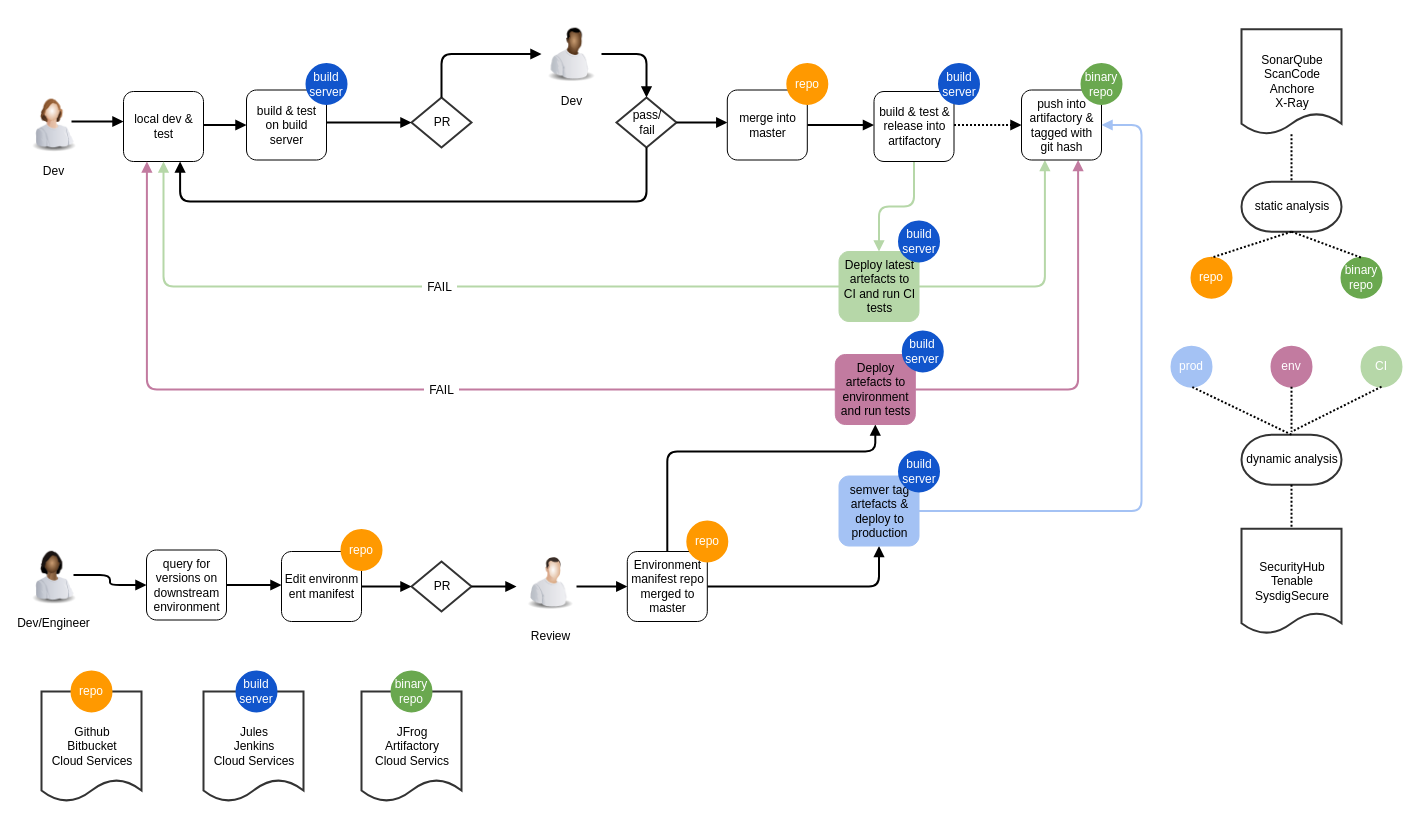
This is SDLC.drawio from mjdilworth/sdlc, a draw.io file, before an edit. Source tidied: cells renumbered, new cells numbered last; positions are measured from the earlier drawing's top-left corner, leaving out a move shared by most shapes. Both pictures are drawn from the tidied source at 100%, with x=0, y=0 at pixel (23, 17).
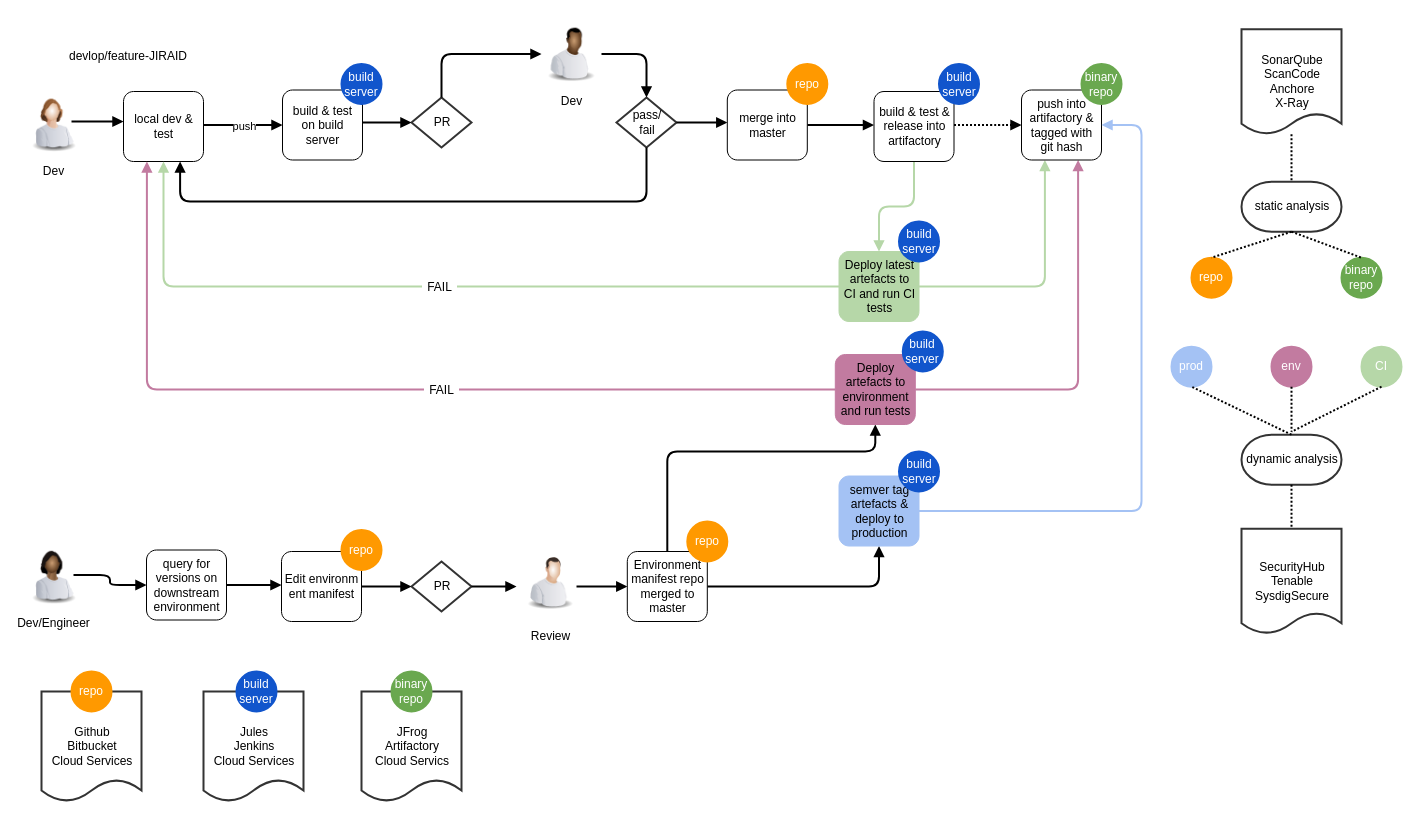
The same page after the edit.

Unchanged cells that the change refers to:
```xml
<mxCell id="13" style="shape=filledEdge;strokeWidth=2;strokeColor=#000000;fillColor=none;startArrow=none;startFill=0;startSize=6;endArrow=block;endFill=1;endSize=6;rounded=1;gliffyId=191;edgeStyle=orthogonalEdgeStyle;" parent="1" edge="1" source="5" target="34">
  <mxGeometry relative="1" as="geometry">
    <Array as="points">
      <mxPoint x="180" y="107.5" />
      <mxPoint x="194.3" y="107.5" />
      <mxPoint x="208.7" y="107.5" />
      <mxPoint x="223" y="107.5" />
    </Array>
  </mxGeometry>
</mxCell>
<mxCell id="33" style="group;gliffyId=408;" parent="1" vertex="1">
  <mxGeometry x="223" y="46.5" width="100" height="96" as="geometry" />
</mxCell>
```

The edit, as a diff of the source:
```diff
@@
+    <mxCell id="82" value="push" style="edgeLabel;html=1;align=center;verticalAlign=middle;" parent="13" vertex="1">
+      <mxGeometry x="0.02" y="-1" relative="1" as="geometry" />
+    </mxCell>
@@
     <mxCell id="34" value="&lt;div style='width: 74.333336px;height:auto;word-break: break-word;'&gt;&lt;div align=&quot;center&quot;&gt;&lt;span style=&quot;font-family:Arial;text-decoration:none;font-size:12px; line-height: 0;&quot;&gt;&lt;span style=&quot;text-decoration:none; line-height: normal;&quot;&gt;build &amp;amp; test on build server&lt;br /&gt;&lt;/span&gt;&lt;/span&gt;&lt;/div&gt;&lt;/div&gt;" style="shape=mxgraph.bpmn.task;rectStyle=rounded;size=10;taskMarker=abstract;points=[[0.25,0,0],[0.5,0,0],[0.75,0,0],[1,0.25,0],[1,0.5,0],[1,0.75,0],[0.75,1,0],[0.5,1,0],[0.25,1,0],[0,0.75,0],[0,0.5,0],[0,0.25,0]];shadow=0;strokeWidth=1;fillColor=#FFFFFF;strokeColor=#000000;opacity=100.0;html=1;nl2Br=0;verticalAlign=middle;align=center;spacingLeft=1.3333334;spacingRight=0;whiteSpace=wrap;gliffyId=126;" parent="33" vertex="1">
-      <mxGeometry y="26" width="80" height="70" as="geometry" />
+      <mxGeometry x="36" y="26" width="80" height="70" as="geometry" />
     </mxCell>
-    <mxCell id="35" value="&lt;div style='width: 35.22222px;height:auto;word-break: break-word;'&gt;&lt;div align=&quot;center&quot;&gt;&lt;span style=&quot;font-family:Arial;color:#ffffff;text-decoration:none;font-size:12px; line-height: 0;&quot;&gt;&lt;span style=&quot;text-decoration:none; line-height: normal;&quot;&gt;build&lt;/span&gt;&lt;/span&gt;&lt;/div&gt; &lt;div align=&quot;center&quot;&gt;&lt;span style=&quot;font-family:Arial;color:#ffffff;text-decoration:none;font-size:12px; line-height: 0;&quot;&gt;&lt;span style=&quot;text-decoration:none; line-height: normal;&quot;&gt;server&lt;/span&gt;&lt;/span&gt;&lt;/div&gt;&lt;/div&gt;" style="shape=ellipse;perimeter=ellipsePerimeter;shadow=0;strokeWidth=2;fillColor=#1155cc;strokeColor=#1155cc;opacity=100.0;html=1;nl2Br=0;verticalAlign=middle;align=center;spacingLeft=0.8888889;spacingRight=0;whiteSpace=wrap;gliffyId=382;" parent="33" vertex="1">
-      <mxGeometry x="60" width="40" height="40" as="geometry" />
-    </mxCell>
@@
+    <mxCell id="83" value="devlop/feature-JIRAID" style="text;html=1;strokeColor=none;fillColor=none;align=center;verticalAlign=middle;whiteSpace=wrap;rounded=0;" parent="1" vertex="1">
+      <mxGeometry x="30" y="24" width="150" height="30" as="geometry" />
+    </mxCell>
+    <mxCell id="35" value="&lt;div style='width: 35.22222px;height:auto;word-break: break-word;'&gt;&lt;div align=&quot;center&quot;&gt;&lt;span style=&quot;font-family:Arial;color:#ffffff;text-decoration:none;font-size:12px; line-height: 0;&quot;&gt;&lt;span style=&quot;text-decoration:none; line-height: normal;&quot;&gt;build&lt;/span&gt;&lt;/span&gt;&lt;/div&gt; &lt;div align=&quot;center&quot;&gt;&lt;span style=&quot;font-family:Arial;color:#ffffff;text-decoration:none;font-size:12px; line-height: 0;&quot;&gt;&lt;span style=&quot;text-decoration:none; line-height: normal;&quot;&gt;server&lt;/span&gt;&lt;/span&gt;&lt;/div&gt;&lt;/div&gt;" style="shape=ellipse;perimeter=ellipsePerimeter;shadow=0;strokeWidth=2;fillColor=#1155cc;strokeColor=#1155cc;opacity=100.0;html=1;nl2Br=0;verticalAlign=middle;align=center;spacingLeft=0.8888889;spacingRight=0;whiteSpace=wrap;gliffyId=382;" parent="1" vertex="1">
+      <mxGeometry x="318" y="46.5" width="40" height="40" as="geometry" />
+    </mxCell>
```
